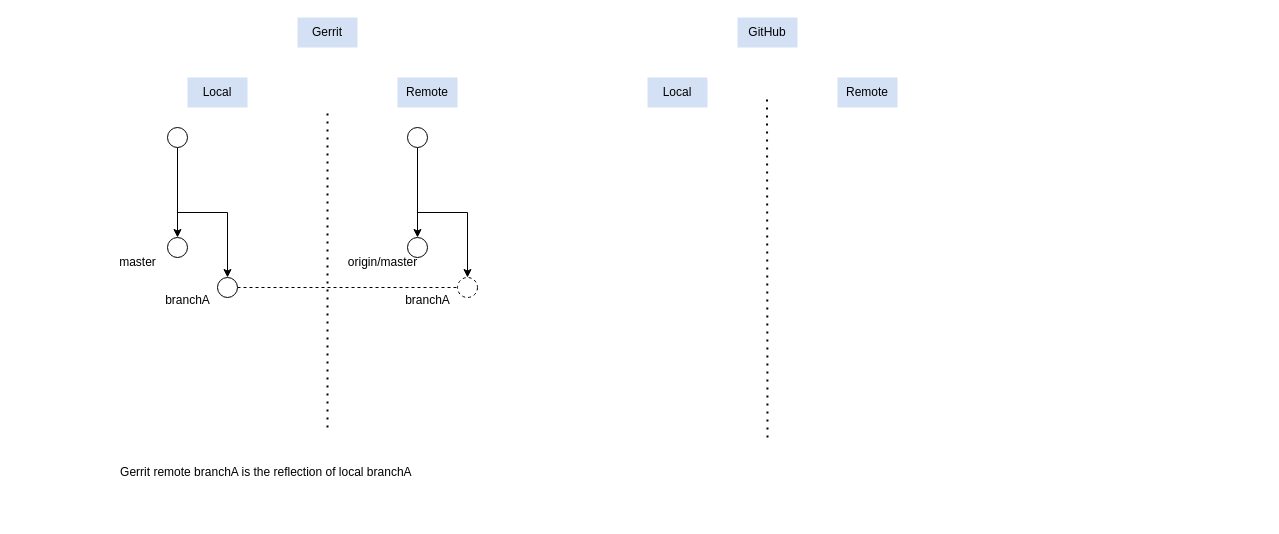
Earlier version of the draw.io diagram demo_bazel/src/main/resources/github_gerrit_workflow.drawio (laststand0810/dynamo). Source tidied: cells renumbered, new cells numbered last; positions are measured from the earlier drawing's top-left corner, leaving out a move shared by most shapes. Both pictures are drawn from the tidied source at 100%, with x=0, y=0 at pixel (107, 17).
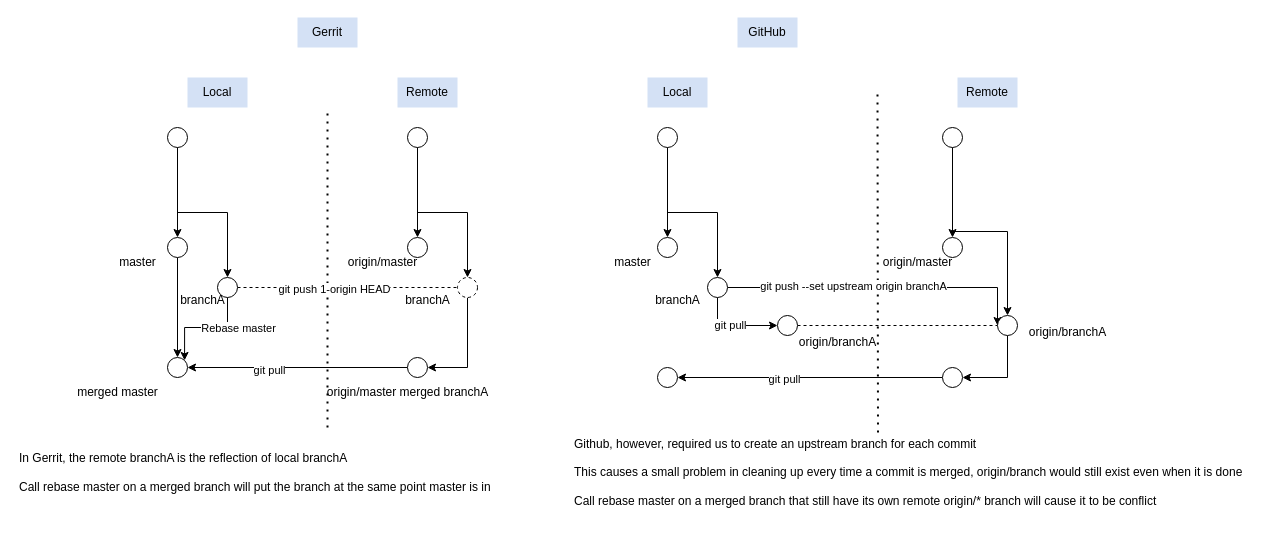
The same page after the edit.

Unchanged cells that the change refers to:
```xml
<mxCell id="13" style="ellipse;whiteSpace=wrap;html=1;" parent="1" vertex="1">
  <mxGeometry x="60" y="220" width="20" height="20" as="geometry" />
</mxCell>
<mxCell id="14" style="edgeStyle=orthogonalEdgeStyle;rounded=0;jettySize=auto;html=1;exitX=1;exitY=0.5;exitDx=0;exitDy=0;entryX=0;entryY=0.5;entryDx=0;entryDy=0;dashed=1;endArrow=none;endFill=0;" parent="1" edge="1" source="15" target="20">
  <mxGeometry relative="1" as="geometry" />
</mxCell>
<mxCell id="15" style="ellipse;whiteSpace=wrap;html=1;" parent="1" vertex="1">
  <mxGeometry x="110" y="260" width="20" height="20" as="geometry" />
</mxCell>
<mxCell id="20" style="ellipse;whiteSpace=wrap;html=1;dashed=1;" parent="1" vertex="1">
  <mxGeometry x="350" y="260" width="20" height="20" as="geometry" />
</mxCell>
```

The edit, as a diff of the source:
```diff
@@
     <mxCell id="3" style="endArrow=none;dashed=1;html=1;dashPattern=1 3;strokeWidth=2;rounded=0;" parent="1" edge="1">
       <mxGeometry relative="1" as="geometry">
-        <mxPoint x="660" y="420" as="sourcePoint" />
-        <mxPoint x="659.5" y="80" as="targetPoint" />
+        <mxPoint x="770.5" y="415" as="sourcePoint" />
+        <mxPoint x="770" y="75" as="targetPoint" />
       </mxGeometry>
     </mxCell>
@@
     <mxCell id="9" value="Remote" style="text;html=1;strokeColor=none;fillColor=#D4E1F5;align=center;verticalAlign=middle;whiteSpace=wrap;rounded=0;" parent="1" vertex="1">
-      <mxGeometry x="730" y="60" width="60" height="30" as="geometry" />
+      <mxGeometry x="850" y="60" width="60" height="30" as="geometry" />
     </mxCell>
@@
+    <mxCell id="26" style="edgeStyle=orthogonalEdgeStyle;rounded=0;jettySize=auto;html=1;exitX=0.5;exitY=1;exitDx=0;exitDy=0;entryX=0.5;entryY=0;entryDx=0;entryDy=0;" parent="1" edge="1" source="13" target="35">
+      <mxGeometry relative="1" as="geometry" />
+    </mxCell>
@@
+    <mxCell id="27" value="git push 1-origin HEAD" style="edgeLabel;html=1;align=center;verticalAlign=middle;" parent="14" vertex="1">
+      <mxGeometry x="-0.13" y="-1" relative="1" as="geometry" />
+    </mxCell>
+    <mxCell id="28" style="edgeStyle=orthogonalEdgeStyle;rounded=0;jettySize=auto;html=1;exitX=0.5;exitY=1;exitDx=0;exitDy=0;entryX=1;entryY=0;entryDx=0;entryDy=0;" parent="1" edge="1" source="15" target="35">
+      <mxGeometry relative="1" as="geometry" />
+    </mxCell>
+    <mxCell id="29" value="Rebase master" style="edgeLabel;html=1;align=center;verticalAlign=middle;" parent="28" vertex="1">
+      <mxGeometry x="-0.31" relative="1" as="geometry">
+        <mxPoint x="17" as="offset" />
+      </mxGeometry>
+    </mxCell>
@@
+    <mxCell id="30" style="edgeStyle=orthogonalEdgeStyle;rounded=0;jettySize=auto;html=1;exitX=0.5;exitY=1;exitDx=0;exitDy=0;entryX=1;entryY=0.5;entryDx=0;entryDy=0;" parent="1" edge="1" source="20" target="33">
+      <mxGeometry relative="1" as="geometry" />
+    </mxCell>
@@
     <mxCell id="22" value="branchA" style="text;html=1;align=center;verticalAlign=middle;strokeColor=none;fillColor=none;" parent="1" vertex="1">
-      <mxGeometry x="45" y="268" width="70" height="30" as="geometry" />
+      <mxGeometry x="60" y="268" width="70" height="30" as="geometry" />
     </mxCell>
@@
-    <mxCell id="25" value="Gerrit remote branchA is the reflection of local branchA&amp;nbsp;" style="text;html=1;align=center;verticalAlign=middle;strokeColor=none;fillColor=none;" parent="1" vertex="1">
-      <mxGeometry y="440" width="320" height="30" as="geometry" />
+    <mxCell id="25" value="In Gerrit, the remote branchA is the reflection of local branchA&amp;nbsp;&lt;br&gt;&lt;br&gt;Call rebase master on a merged branch will put the branch at the same point master is in&lt;br&gt;" style="text;html=1;align=left;verticalAlign=middle;strokeColor=none;fillColor=none;" parent="1" vertex="1">
+      <mxGeometry x="-90" y="425" width="500" height="60" as="geometry" />
     </mxCell>
+    <mxCell id="31" style="edgeStyle=orthogonalEdgeStyle;rounded=0;jettySize=auto;html=1;exitX=0;exitY=0.5;exitDx=0;exitDy=0;entryX=1;entryY=0.5;entryDx=0;entryDy=0;" parent="1" edge="1" source="33" target="35">
+      <mxGeometry relative="1" as="geometry" />
+    </mxCell>
+    <mxCell id="32" value="git pull" style="edgeLabel;html=1;align=center;verticalAlign=middle;" parent="31" vertex="1">
+      <mxGeometry x="0.27" y="2" relative="1" as="geometry">
+        <mxPoint x="1" as="offset" />
+      </mxGeometry>
+    </mxCell>
+    <mxCell id="33" style="ellipse;whiteSpace=wrap;html=1;" parent="1" vertex="1">
+      <mxGeometry x="300" y="340" width="20" height="20" as="geometry" />
+    </mxCell>
+    <mxCell id="34" value="origin/master merged branchA" style="text;html=1;align=center;verticalAlign=middle;strokeColor=none;fillColor=none;" parent="1" vertex="1">
+      <mxGeometry x="210" y="360" width="180" height="30" as="geometry" />
+    </mxCell>
+    <mxCell id="35" style="ellipse;whiteSpace=wrap;html=1;" parent="1" vertex="1">
+      <mxGeometry x="60" y="340" width="20" height="20" as="geometry" />
+    </mxCell>
+    <mxCell id="36" value="merged master" style="text;html=1;align=center;verticalAlign=middle;strokeColor=none;fillColor=none;" parent="1" vertex="1">
+      <mxGeometry x="-40" y="360" width="100" height="30" as="geometry" />
+    </mxCell>
+    <mxCell id="37" style="edgeStyle=orthogonalEdgeStyle;rounded=0;jettySize=auto;html=1;exitX=0.5;exitY=1;exitDx=0;exitDy=0;entryX=0.5;entryY=0;entryDx=0;entryDy=0;" parent="1" edge="1" source="39" target="40">
+      <mxGeometry relative="1" as="geometry" />
+    </mxCell>
+    <mxCell id="38" style="edgeStyle=orthogonalEdgeStyle;rounded=0;jettySize=auto;html=1;exitX=0.5;exitY=1;exitDx=0;exitDy=0;entryX=0.5;entryY=0;entryDx=0;entryDy=0;" parent="1" edge="1" source="39" target="45">
+      <mxGeometry relative="1" as="geometry" />
+    </mxCell>
+    <mxCell id="39" style="ellipse;whiteSpace=wrap;html=1;" parent="1" vertex="1">
+      <mxGeometry x="550" y="110" width="20" height="20" as="geometry" />
+    </mxCell>
+    <mxCell id="40" style="ellipse;whiteSpace=wrap;html=1;" parent="1" vertex="1">
+      <mxGeometry x="550" y="220" width="20" height="20" as="geometry" />
+    </mxCell>
+    <mxCell id="41" style="edgeStyle=orthogonalEdgeStyle;rounded=0;jettySize=auto;html=1;exitX=1;exitY=0.5;exitDx=0;exitDy=0;entryX=0;entryY=0.5;entryDx=0;entryDy=0;" parent="1" edge="1" source="45" target="56">
+      <mxGeometry relative="1" as="geometry">
+        <Array as="points">
+          <mxPoint x="890" y="270" />
+        </Array>
+      </mxGeometry>
+    </mxCell>
+    <mxCell id="42" value="git push --set upstream origin branchA" style="edgeLabel;html=1;align=center;verticalAlign=middle;" parent="41" vertex="1">
+      <mxGeometry x="-0.46" y="3" relative="1" as="geometry">
+        <mxPoint x="42" y="1" as="offset" />
+      </mxGeometry>
+    </mxCell>
+    <mxCell id="43" style="edgeStyle=orthogonalEdgeStyle;rounded=0;jettySize=auto;html=1;exitX=0.5;exitY=1;exitDx=0;exitDy=0;entryX=0;entryY=0.5;entryDx=0;entryDy=0;" parent="1" edge="1" source="45" target="49">
+      <mxGeometry relative="1" as="geometry" />
+    </mxCell>
+    <mxCell id="44" value="git pull" style="edgeLabel;html=1;align=center;verticalAlign=middle;" parent="43" vertex="1">
+      <mxGeometry x="-0.09" y="1" relative="1" as="geometry" />
+    </mxCell>
+    <mxCell id="45" style="ellipse;whiteSpace=wrap;html=1;" parent="1" vertex="1">
+      <mxGeometry x="600" y="260" width="20" height="20" as="geometry" />
+    </mxCell>
+    <mxCell id="46" value="master" style="text;html=1;align=center;verticalAlign=middle;strokeColor=none;fillColor=none;" parent="1" vertex="1">
+      <mxGeometry x="495" y="230" width="60" height="30" as="geometry" />
+    </mxCell>
+    <mxCell id="47" value="branchA" style="text;html=1;align=center;verticalAlign=middle;strokeColor=none;fillColor=none;" parent="1" vertex="1">
+      <mxGeometry x="535" y="268" width="70" height="30" as="geometry" />
+    </mxCell>
+    <mxCell id="48" style="edgeStyle=orthogonalEdgeStyle;rounded=0;jettySize=auto;html=1;exitX=1;exitY=0.5;exitDx=0;exitDy=0;entryX=0;entryY=0.5;entryDx=0;entryDy=0;dashed=1;endArrow=none;endFill=0;" parent="1" edge="1" source="49" target="56">
+      <mxGeometry relative="1" as="geometry" />
+    </mxCell>
+    <mxCell id="49" style="ellipse;whiteSpace=wrap;html=1;" parent="1" vertex="1">
+      <mxGeometry x="670" y="298" width="20" height="20" as="geometry" />
+    </mxCell>
+    <mxCell id="50" value="origin/branchA" style="text;html=1;align=center;verticalAlign=middle;strokeColor=none;fillColor=none;" parent="1" vertex="1">
+      <mxGeometry x="680" y="310" width="100" height="30" as="geometry" />
+    </mxCell>
+    <mxCell id="51" style="edgeStyle=orthogonalEdgeStyle;rounded=0;jettySize=auto;html=1;exitX=0.5;exitY=1;exitDx=0;exitDy=0;entryX=0.5;entryY=0;entryDx=0;entryDy=0;" parent="1" edge="1" source="53" target="54">
+      <mxGeometry relative="1" as="geometry" />
+    </mxCell>
+    <mxCell id="52" style="edgeStyle=orthogonalEdgeStyle;rounded=0;jettySize=auto;html=1;exitX=0.5;exitY=1;exitDx=0;exitDy=0;entryX=0.5;entryY=0;entryDx=0;entryDy=0;" parent="1" edge="1" source="53" target="56">
+      <mxGeometry relative="1" as="geometry" />
+    </mxCell>
+    <mxCell id="53" style="ellipse;whiteSpace=wrap;html=1;" parent="1" vertex="1">
+      <mxGeometry x="835" y="110" width="20" height="20" as="geometry" />
+    </mxCell>
+    <mxCell id="54" style="ellipse;whiteSpace=wrap;html=1;" parent="1" vertex="1">
+      <mxGeometry x="835" y="220" width="20" height="20" as="geometry" />
+    </mxCell>
+    <mxCell id="55" style="edgeStyle=orthogonalEdgeStyle;rounded=0;jettySize=auto;html=1;exitX=0.5;exitY=1;exitDx=0;exitDy=0;entryX=1;entryY=0.5;entryDx=0;entryDy=0;" parent="1" edge="1" source="56" target="62">
+      <mxGeometry relative="1" as="geometry" />
+    </mxCell>
+    <mxCell id="56" style="ellipse;whiteSpace=wrap;html=1;" parent="1" vertex="1">
+      <mxGeometry x="890" y="298" width="20" height="20" as="geometry" />
+    </mxCell>
+    <mxCell id="57" value="origin/master" style="text;html=1;align=center;verticalAlign=middle;strokeColor=none;fillColor=none;" parent="1" vertex="1">
+      <mxGeometry x="765" y="230" width="90" height="30" as="geometry" />
+    </mxCell>
+    <mxCell id="58" value="origin/branchA" style="text;html=1;align=center;verticalAlign=middle;strokeColor=none;fillColor=none;" parent="1" vertex="1">
+      <mxGeometry x="910" y="300" width="100" height="30" as="geometry" />
+    </mxCell>
+    <mxCell id="59" value="Github, however, required us to create an upstream branch for each commit&lt;br&gt;&lt;br&gt;&lt;div style=&quot;&quot;&gt;This causes a small problem in cleaning up every time a commit is merged, origin/branch would still exist even when it is done&lt;/div&gt;&lt;div style=&quot;&quot;&gt;&lt;br&gt;&lt;/div&gt;&lt;div style=&quot;&quot;&gt;Call rebase master on a merged branch that still have its own remote origin/* branch will cause it to be conflict&lt;/div&gt;" style="text;html=1;align=left;verticalAlign=middle;strokeColor=none;fillColor=none;" parent="1" vertex="1">
+      <mxGeometry x="465" y="410" width="690" height="90" as="geometry" />
+    </mxCell>
+    <mxCell id="60" style="edgeStyle=orthogonalEdgeStyle;rounded=0;jettySize=auto;html=1;exitX=0;exitY=0.5;exitDx=0;exitDy=0;entryX=1;entryY=0.5;entryDx=0;entryDy=0;" parent="1" edge="1" source="62" target="63">
+      <mxGeometry relative="1" as="geometry" />
+    </mxCell>
+    <mxCell id="61" value="git pull" style="edgeLabel;html=1;align=center;verticalAlign=middle;" parent="60" vertex="1">
+      <mxGeometry x="0.2" y="1" relative="1" as="geometry" />
+    </mxCell>
+    <mxCell id="62" style="ellipse;whiteSpace=wrap;html=1;" parent="1" vertex="1">
+      <mxGeometry x="835" y="350" width="20" height="20" as="geometry" />
+    </mxCell>
+    <mxCell id="63" style="ellipse;whiteSpace=wrap;html=1;" parent="1" vertex="1">
+      <mxGeometry x="550" y="350" width="20" height="20" as="geometry" />
+    </mxCell>
```
